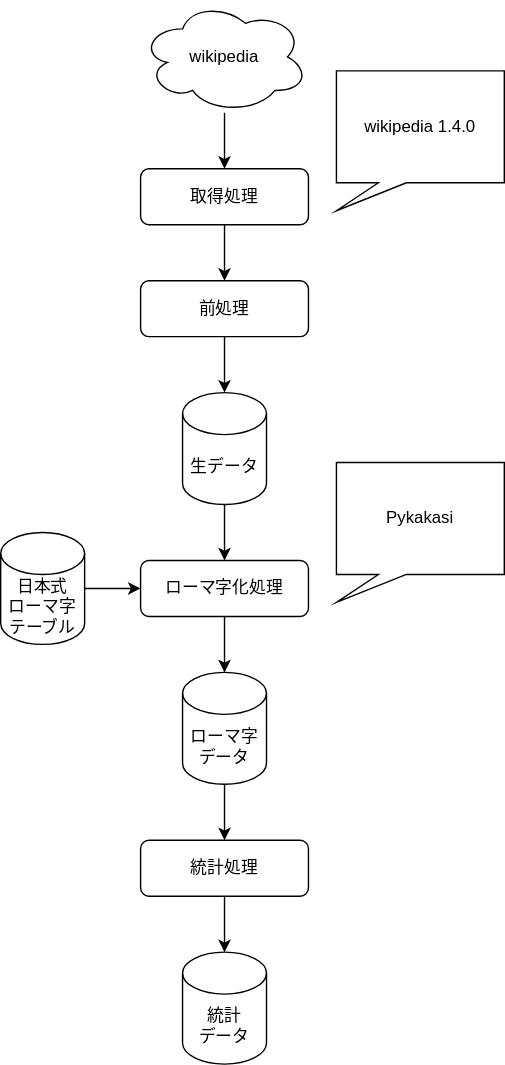
6ppng/romaji keeps this draw.io diagram as docs/pipeline.dio.svg. Above is the earlier version. Source tidied: cells renumbered, new cells last; positions are measured from the earlier drawing's top-left corner, leaving out a move shared by most shapes.
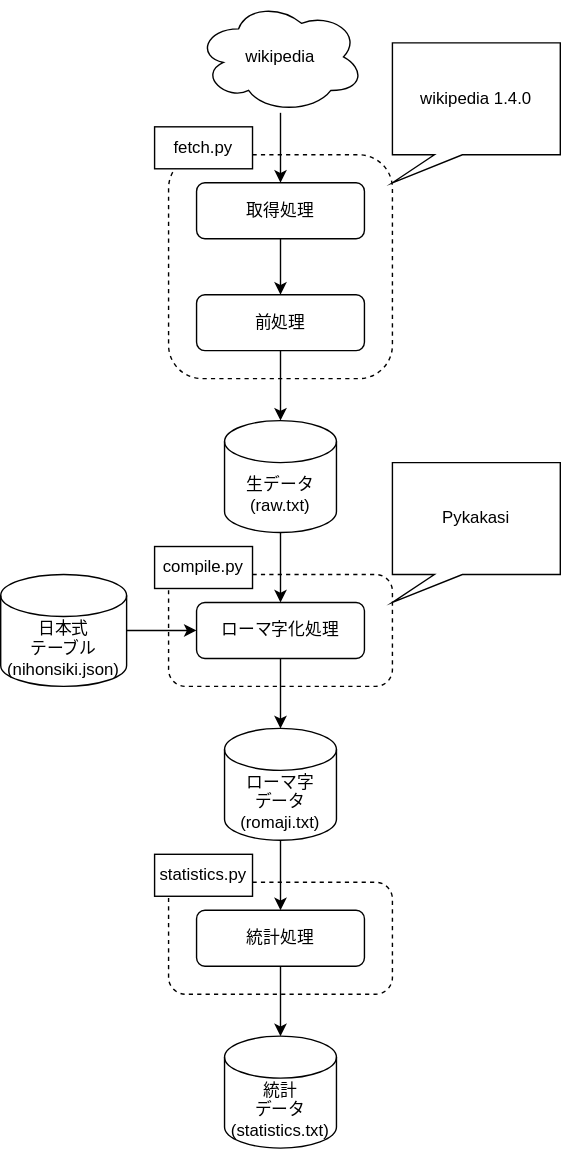
Above is the later version.

Change to the diagram source:
```diff
@@ -2,6 +2,15 @@
   <root>
     <mxCell id="0" />
     <mxCell id="1" parent="0" />
+    <mxCell id="21" style="rounded=1;whiteSpace=wrap;html=1;dashed=1;" parent="1" vertex="1">
+      <mxGeometry x="80" y="630" width="160" height="80" as="geometry" />
+    </mxCell>
+    <mxCell id="22" style="rounded=1;whiteSpace=wrap;html=1;dashed=1;" parent="1" vertex="1">
+      <mxGeometry x="80" y="410" width="160" height="80" as="geometry" />
+    </mxCell>
+    <mxCell id="23" style="rounded=1;whiteSpace=wrap;html=1;dashed=1;" parent="1" vertex="1">
+      <mxGeometry x="80" y="110" width="160" height="160" as="geometry" />
+    </mxCell>
     <mxCell id="2" style="edgeStyle=none;html=1;entryX=0.5;entryY=0;entryDx=0;entryDy=0;" parent="1" edge="1" target="5">
       <mxGeometry relative="1" as="geometry">
         <mxPoint x="160" y="80" as="sourcePoint" />
@@ -14,52 +23,61 @@
       <mxGeometry relative="1" as="geometry" />
     </mxCell>
     <mxCell id="5" value="取得処理" style="rounded=1;whiteSpace=wrap;html=1;" parent="1" vertex="1">
-      <mxGeometry x="100" y="120" width="120" height="40" as="geometry" />
+      <mxGeometry x="100" y="130" width="120" height="40" as="geometry" />
     </mxCell>
     <mxCell id="6" style="edgeStyle=none;html=1;exitX=0.5;exitY=1;exitDx=0;exitDy=0;entryX=0.5;entryY=0;entryDx=0;entryDy=0;entryPerimeter=0;" parent="1" edge="1" source="7" target="9">
       <mxGeometry relative="1" as="geometry" />
     </mxCell>
     <mxCell id="7" value="前処理" style="rounded=1;whiteSpace=wrap;html=1;" parent="1" vertex="1">
-      <mxGeometry x="100" y="200" width="120" height="40" as="geometry" />
+      <mxGeometry x="100" y="210" width="120" height="40" as="geometry" />
     </mxCell>
     <mxCell id="8" style="edgeStyle=none;html=1;exitX=0.5;exitY=1;exitDx=0;exitDy=0;exitPerimeter=0;entryX=0.5;entryY=0;entryDx=0;entryDy=0;" parent="1" edge="1" source="9" target="11">
       <mxGeometry relative="1" as="geometry" />
     </mxCell>
-    <mxCell id="9" value="生データ" style="shape=cylinder3;whiteSpace=wrap;html=1;boundedLbl=1;backgroundOutline=1;size=15;" parent="1" vertex="1">
-      <mxGeometry x="130" y="280" width="60" height="80" as="geometry" />
+    <mxCell id="9" value="生データ&lt;br&gt;(raw.txt)" style="shape=cylinder3;whiteSpace=wrap;html=1;boundedLbl=1;backgroundOutline=1;size=15;" parent="1" vertex="1">
+      <mxGeometry x="120" y="300" width="80" height="80" as="geometry" />
     </mxCell>
     <mxCell id="10" style="edgeStyle=none;html=1;exitX=0.5;exitY=1;exitDx=0;exitDy=0;entryX=0.5;entryY=0;entryDx=0;entryDy=0;entryPerimeter=0;" parent="1" edge="1" source="11" target="13">
       <mxGeometry relative="1" as="geometry" />
     </mxCell>
     <mxCell id="11" value="ローマ字化処理" style="rounded=1;whiteSpace=wrap;html=1;" parent="1" vertex="1">
-      <mxGeometry x="100" y="400" width="120" height="40" as="geometry" />
+      <mxGeometry x="100" y="430" width="120" height="40" as="geometry" />
     </mxCell>
     <mxCell id="12" style="edgeStyle=none;html=1;exitX=0.5;exitY=1;exitDx=0;exitDy=0;exitPerimeter=0;entryX=0.5;entryY=0;entryDx=0;entryDy=0;" parent="1" edge="1" source="13" target="15">
       <mxGeometry relative="1" as="geometry" />
     </mxCell>
-    <mxCell id="13" value="ローマ字&lt;br&gt;データ" style="shape=cylinder3;whiteSpace=wrap;html=1;boundedLbl=1;backgroundOutline=1;size=15;" parent="1" vertex="1">
-      <mxGeometry x="130" y="480" width="60" height="80" as="geometry" />
+    <mxCell id="13" value="ローマ字&lt;br&gt;データ&lt;br&gt;(romaji.txt)" style="shape=cylinder3;whiteSpace=wrap;html=1;boundedLbl=1;backgroundOutline=1;size=15;" parent="1" vertex="1">
+      <mxGeometry x="120" y="520" width="80" height="80" as="geometry" />
     </mxCell>
     <mxCell id="14" style="edgeStyle=none;html=1;exitX=0.5;exitY=1;exitDx=0;exitDy=0;entryX=0.5;entryY=0;entryDx=0;entryDy=0;entryPerimeter=0;" parent="1" edge="1" source="15" target="16">
       <mxGeometry relative="1" as="geometry" />
     </mxCell>
     <mxCell id="15" value="統計処理" style="rounded=1;whiteSpace=wrap;html=1;" parent="1" vertex="1">
-      <mxGeometry x="100" y="600" width="120" height="40" as="geometry" />
+      <mxGeometry x="100" y="650" width="120" height="40" as="geometry" />
     </mxCell>
-    <mxCell id="16" value="統計&lt;br&gt;データ" style="shape=cylinder3;whiteSpace=wrap;html=1;boundedLbl=1;backgroundOutline=1;size=15;" parent="1" vertex="1">
-      <mxGeometry x="130" y="680" width="60" height="80" as="geometry" />
+    <mxCell id="16" value="統計&lt;br&gt;データ&lt;br&gt;(statistics.txt)" style="shape=cylinder3;whiteSpace=wrap;html=1;boundedLbl=1;backgroundOutline=1;size=15;" parent="1" vertex="1">
+      <mxGeometry x="120" y="740" width="80" height="80" as="geometry" />
     </mxCell>
     <mxCell id="17" style="edgeStyle=none;html=1;exitX=1;exitY=0.5;exitDx=0;exitDy=0;exitPerimeter=0;" parent="1" edge="1" source="18" target="11">
       <mxGeometry relative="1" as="geometry" />
     </mxCell>
-    <mxCell id="18" value="日本式&lt;br&gt;ローマ字&lt;br&gt;テーブル" style="shape=cylinder3;whiteSpace=wrap;html=1;boundedLbl=1;backgroundOutline=1;size=15;" parent="1" vertex="1">
-      <mxGeometry y="380" width="60" height="80" as="geometry" />
+    <mxCell id="18" value="日本式&lt;br&gt;テーブル&lt;br&gt;(nihonsiki.json)" style="shape=cylinder3;whiteSpace=wrap;html=1;boundedLbl=1;backgroundOutline=1;size=15;" parent="1" vertex="1">
+      <mxGeometry x="-40" y="410" width="90" height="80" as="geometry" />
     </mxCell>
     <mxCell id="19" value="wikipedia 1.4.0" style="shape=callout;whiteSpace=wrap;html=1;perimeter=calloutPerimeter;position2=0;size=20;position=0.25;base=20;" parent="1" vertex="1">
-      <mxGeometry x="240" y="50" width="120" height="100" as="geometry" />
+      <mxGeometry x="240" y="30" width="120" height="100" as="geometry" />
     </mxCell>
     <mxCell id="20" value="Pykakasi" style="shape=callout;whiteSpace=wrap;html=1;perimeter=calloutPerimeter;position2=0;size=20;position=0.25;base=20;" parent="1" vertex="1">
       <mxGeometry x="240" y="330" width="120" height="100" as="geometry" />
     </mxCell>
+    <mxCell id="24" value="fetch.py" style="text;html=1;strokeColor=default;fillColor=default;align=center;verticalAlign=middle;whiteSpace=wrap;rounded=0;" parent="1" vertex="1">
+      <mxGeometry x="70" y="90" width="70" height="30" as="geometry" />
+    </mxCell>
+    <mxCell id="25" value="compile.py" style="text;html=1;strokeColor=default;fillColor=default;align=center;verticalAlign=middle;whiteSpace=wrap;rounded=0;" parent="1" vertex="1">
+      <mxGeometry x="70" y="390" width="70" height="30" as="geometry" />
+    </mxCell>
+    <mxCell id="26" value="statistics.py" style="text;html=1;strokeColor=default;fillColor=default;align=center;verticalAlign=middle;whiteSpace=wrap;rounded=0;" parent="1" vertex="1">
+      <mxGeometry x="70" y="610" width="70" height="30" as="geometry" />
+    </mxCell>
   </root>
 </mxGraphModel>
```
